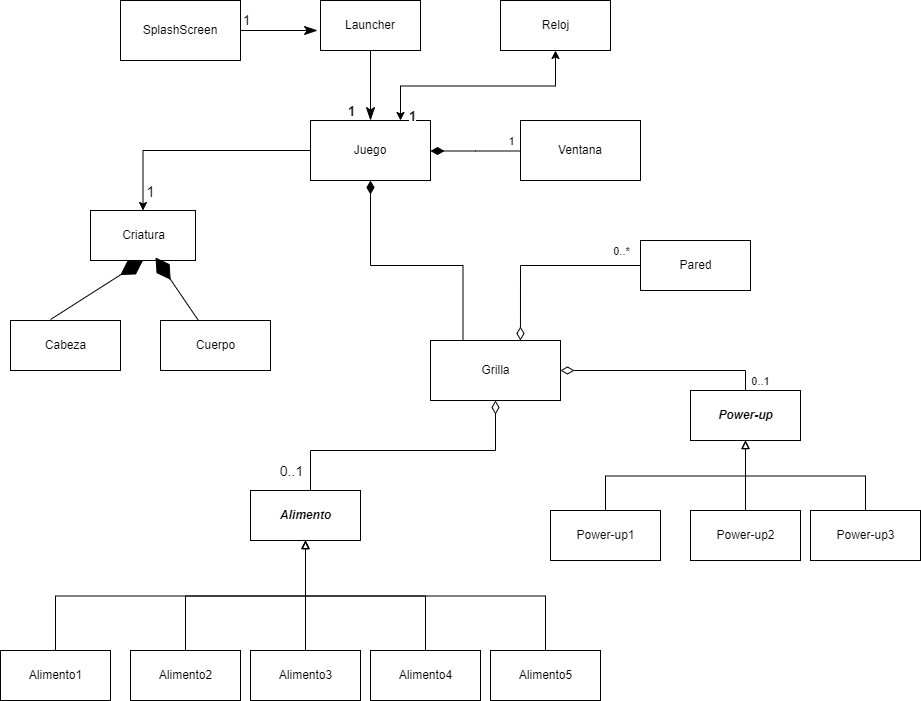
tonyy7/tdp-proyecto-2 keeps this draw.io diagram as Diagrama-de-clases/Diagrama de clases reducido.png. Above is the earlier version. Source tidied: cells renumbered, new cells last; positions are measured from the earlier drawing's top-left corner, leaving out a move shared by most shapes.
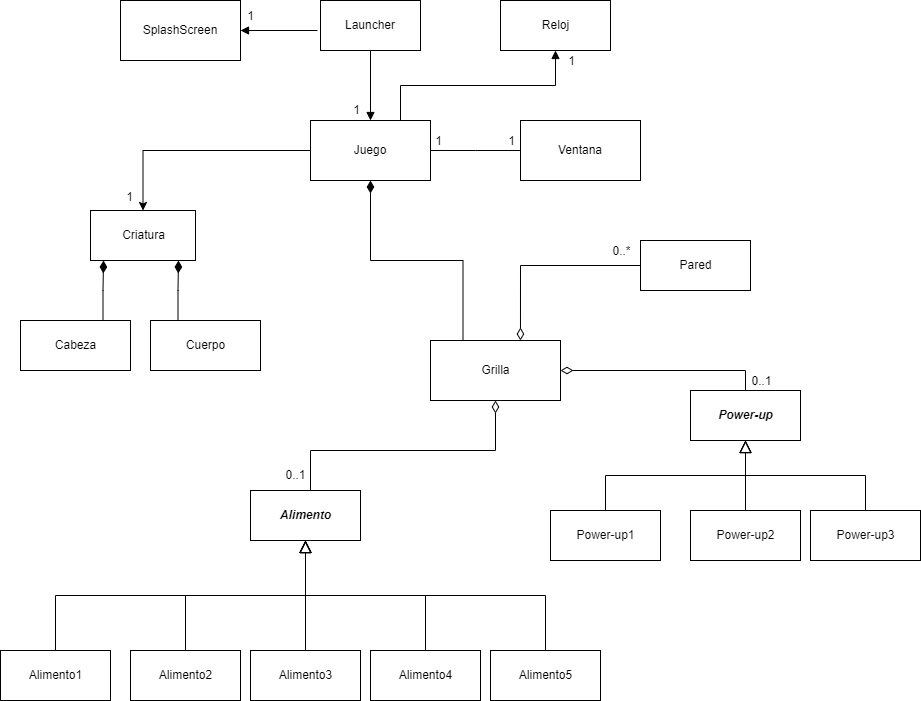
After the change.

Commit message:
UML reducido 2

Diff of the diagram source:
```diff
@@ -5,7 +5,7 @@
     <mxCell id="2" value="Criatura&lt;br&gt;" style="html=1;" parent="1" vertex="1">
       <mxGeometry x="90" y="210" width="105" height="50" as="geometry" />
     </mxCell>
-    <mxCell id="3" style="edgeStyle=orthogonalEdgeStyle;rounded=0;jettySize=auto;html=1;exitX=0.5;exitY=0;exitDx=0;exitDy=0;startArrow=none;startFill=0;endArrow=diamondThin;endFill=0;endSize=11;targetPerimeterSpacing=0;" parent="1" edge="1" source="5" target="32">
+    <mxCell id="3" style="edgeStyle=orthogonalEdgeStyle;rounded=0;jettySize=auto;html=1;exitX=0.5;exitY=0;exitDx=0;exitDy=0;startArrow=none;startFill=0;endArrow=diamondThin;endFill=0;endSize=10;targetPerimeterSpacing=0;" parent="1" edge="1" source="5" target="32">
       <mxGeometry relative="1" as="geometry">
         <Array as="points">
           <mxPoint x="310" y="490" />
@@ -14,90 +14,93 @@
         </Array>
       </mxGeometry>
     </mxCell>
-    <mxCell id="4" value="0..1" style="edgeLabel;html=1;align=center;verticalAlign=middle;fontFamily=Helvetica;fontSize=14;" parent="3" vertex="1">
+    <mxCell id="4" value="0..1" style="edgeLabel;html=1;align=center;verticalAlign=middle;fontFamily=Helvetica;fontSize=12;" parent="3" vertex="1">
       <mxGeometry x="0.16" relative="1" as="geometry">
-        <mxPoint x="-137" y="20" as="offset" />
+        <mxPoint x="-133" y="24" as="offset" />
       </mxGeometry>
     </mxCell>
     <mxCell id="5" value="Alimento" style="html=1;fontStyle=3;" parent="1" vertex="1">
       <mxGeometry x="250" y="490" width="110" height="50" as="geometry" />
     </mxCell>
-    <mxCell id="6" style="edgeStyle=elbowEdgeStyle;rounded=0;jettySize=auto;elbow=vertical;html=1;entryX=1;entryY=0.5;entryDx=0;entryDy=0;fontFamily=Helvetica;endArrow=diamondThin;endFill=0;endSize=11;" parent="1" edge="1" source="8" target="32">
+    <mxCell id="6" style="edgeStyle=elbowEdgeStyle;rounded=0;jettySize=auto;elbow=vertical;html=1;entryX=1;entryY=0.5;entryDx=0;entryDy=0;fontFamily=Helvetica;endArrow=diamondThin;endFill=0;endSize=10;" parent="1" edge="1" source="8" target="32">
       <mxGeometry relative="1" as="geometry">
         <Array as="points">
           <mxPoint x="670" y="370" />
         </Array>
       </mxGeometry>
     </mxCell>
-    <mxCell id="7" value="0..1" style="edgeLabel;html=1;align=center;verticalAlign=middle;fontFamily=Helvetica;" parent="6" vertex="1">
+    <mxCell id="7" value="0..1" style="edgeLabel;html=1;align=center;verticalAlign=middle;fontFamily=Helvetica;fontSize=12;" parent="6" vertex="1">
       <mxGeometry y="-1" relative="1" as="geometry">
         <mxPoint x="97" y="11" as="offset" />
       </mxGeometry>
     </mxCell>
-    <mxCell id="8" value="&lt;b style=&quot;&quot;&gt;Power-up&lt;/b&gt;" style="html=1;fontStyle=2;" parent="1" vertex="1">
+    <mxCell id="8" value="&lt;span style=&quot;&quot;&gt;Power-up&lt;/span&gt;" style="html=1;fontStyle=3;" parent="1" vertex="1">
       <mxGeometry x="690" y="390" width="110" height="50" as="geometry" />
     </mxCell>
+    <mxCell id="26" style="edgeStyle=orthogonalEdgeStyle;rounded=0;jettySize=auto;html=1;exitX=0.75;exitY=0;exitDx=0;exitDy=0;entryX=0.124;entryY=1;entryDx=0;entryDy=0;entryPerimeter=0;fontSize=12;startArrow=none;startFill=0;endArrow=diamondThin;endFill=1;endSize=10;" parent="1" edge="1" source="9" target="2">
+      <mxGeometry relative="1" as="geometry" />
+    </mxCell>
     <mxCell id="9" value="Cabeza" style="html=1;" parent="1" vertex="1">
-      <mxGeometry x="10" y="320" width="110" height="50" as="geometry" />
+      <mxGeometry x="20" y="320" width="110" height="50" as="geometry" />
     </mxCell>
+    <mxCell id="36" style="edgeStyle=orthogonalEdgeStyle;rounded=0;jettySize=auto;html=1;exitX=0.25;exitY=0;exitDx=0;exitDy=0;entryX=0.838;entryY=1;entryDx=0;entryDy=0;entryPerimeter=0;fontSize=12;startArrow=none;startFill=0;endArrow=diamondThin;endFill=1;endSize=10;" parent="1" edge="1" source="10" target="2">
+      <mxGeometry relative="1" as="geometry" />
+    </mxCell>
     <mxCell id="10" value="Cuerpo" style="html=1;" parent="1" vertex="1">
-      <mxGeometry x="160" y="320" width="110" height="50" as="geometry" />
+      <mxGeometry x="150" y="320" width="110" height="50" as="geometry" />
     </mxCell>
-    <mxCell id="11" style="edgeStyle=elbowEdgeStyle;rounded=0;jettySize=auto;elbow=vertical;html=1;entryX=0.5;entryY=1;entryDx=0;entryDy=0;fontFamily=Helvetica;endArrow=block;endFill=0;" parent="1" edge="1" source="12" target="5">
+    <mxCell id="11" style="edgeStyle=elbowEdgeStyle;rounded=0;jettySize=auto;elbow=vertical;html=1;entryX=0.5;entryY=1;entryDx=0;entryDy=0;fontFamily=Helvetica;endArrow=block;endFill=0;endSize=10;" parent="1" edge="1" source="12" target="5">
       <mxGeometry relative="1" as="geometry" />
     </mxCell>
     <mxCell id="12" value="Alimento1" style="html=1;" parent="1" vertex="1">
       <mxGeometry y="650" width="110" height="50" as="geometry" />
     </mxCell>
-    <mxCell id="13" style="edgeStyle=elbowEdgeStyle;rounded=0;jettySize=auto;elbow=vertical;html=1;entryX=0.5;entryY=1;entryDx=0;entryDy=0;fontFamily=Helvetica;endArrow=block;endFill=0;" parent="1" edge="1" source="14" target="5">
+    <mxCell id="13" style="edgeStyle=elbowEdgeStyle;rounded=0;jettySize=auto;elbow=vertical;html=1;entryX=0.5;entryY=1;entryDx=0;entryDy=0;fontFamily=Helvetica;endArrow=block;endFill=0;endSize=10;" parent="1" edge="1" source="14" target="5">
       <mxGeometry relative="1" as="geometry" />
     </mxCell>
     <mxCell id="14" value="Alimento2" style="html=1;" parent="1" vertex="1">
       <mxGeometry x="130" y="650" width="110" height="50" as="geometry" />
     </mxCell>
-    <mxCell id="15" style="edgeStyle=elbowEdgeStyle;rounded=0;jettySize=auto;elbow=vertical;html=1;entryX=0.5;entryY=1;entryDx=0;entryDy=0;fontFamily=Helvetica;endArrow=block;endFill=0;" parent="1" edge="1" source="16" target="5">
+    <mxCell id="15" style="edgeStyle=elbowEdgeStyle;rounded=0;jettySize=auto;elbow=vertical;html=1;entryX=0.5;entryY=1;entryDx=0;entryDy=0;fontFamily=Helvetica;endArrow=block;endFill=0;endSize=10;" parent="1" edge="1" source="16" target="5">
       <mxGeometry relative="1" as="geometry" />
     </mxCell>
     <mxCell id="16" value="Alimento3" style="html=1;" parent="1" vertex="1">
       <mxGeometry x="250" y="650" width="110" height="50" as="geometry" />
     </mxCell>
-    <mxCell id="17" style="edgeStyle=elbowEdgeStyle;rounded=0;jettySize=auto;elbow=vertical;html=1;entryX=0.5;entryY=1;entryDx=0;entryDy=0;fontFamily=Helvetica;endArrow=block;endFill=0;" parent="1" edge="1" source="18" target="5">
+    <mxCell id="17" style="edgeStyle=elbowEdgeStyle;rounded=0;jettySize=auto;elbow=vertical;html=1;entryX=0.5;entryY=1;entryDx=0;entryDy=0;fontFamily=Helvetica;endArrow=block;endFill=0;endSize=10;" parent="1" edge="1" source="18" target="5">
       <mxGeometry relative="1" as="geometry" />
     </mxCell>
     <mxCell id="18" value="Alimento4" style="html=1;" parent="1" vertex="1">
       <mxGeometry x="370" y="650" width="110" height="50" as="geometry" />
     </mxCell>
-    <mxCell id="19" style="edgeStyle=elbowEdgeStyle;rounded=0;jettySize=auto;elbow=vertical;html=1;entryX=0.5;entryY=1;entryDx=0;entryDy=0;fontFamily=Helvetica;endArrow=block;endFill=0;" parent="1" edge="1" source="20" target="5">
+    <mxCell id="19" style="edgeStyle=elbowEdgeStyle;rounded=0;jettySize=auto;elbow=vertical;html=1;entryX=0.5;entryY=1;entryDx=0;entryDy=0;fontFamily=Helvetica;endArrow=block;endFill=0;endSize=10;" parent="1" edge="1" source="20" target="5">
       <mxGeometry relative="1" as="geometry" />
     </mxCell>
     <mxCell id="20" value="Alimento5" style="html=1;" parent="1" vertex="1">
       <mxGeometry x="490" y="650" width="110" height="50" as="geometry" />
     </mxCell>
-    <mxCell id="21" style="edgeStyle=elbowEdgeStyle;rounded=0;jettySize=auto;elbow=vertical;html=1;entryX=0.5;entryY=1;entryDx=0;entryDy=0;fontFamily=Helvetica;endArrow=block;endFill=0;" parent="1" edge="1" source="22" target="8">
+    <mxCell id="21" style="edgeStyle=elbowEdgeStyle;rounded=0;jettySize=auto;elbow=vertical;html=1;entryX=0.5;entryY=1;entryDx=0;entryDy=0;fontFamily=Helvetica;endArrow=block;endFill=0;endSize=10;" parent="1" edge="1" source="22" target="8">
       <mxGeometry relative="1" as="geometry" />
     </mxCell>
     <mxCell id="22" value="Power-up1" style="html=1;" parent="1" vertex="1">
       <mxGeometry x="550" y="510" width="110" height="50" as="geometry" />
     </mxCell>
-    <mxCell id="23" style="edgeStyle=elbowEdgeStyle;rounded=0;jettySize=auto;elbow=vertical;html=1;entryX=0.5;entryY=1;entryDx=0;entryDy=0;fontFamily=Helvetica;endArrow=block;endFill=0;" parent="1" edge="1" source="24" target="8">
+    <mxCell id="23" style="edgeStyle=elbowEdgeStyle;rounded=0;jettySize=auto;elbow=vertical;html=1;entryX=0.5;entryY=1;entryDx=0;entryDy=0;fontFamily=Helvetica;endArrow=block;endFill=0;endSize=10;" parent="1" edge="1" source="24" target="8">
       <mxGeometry relative="1" as="geometry" />
     </mxCell>
     <mxCell id="24" value="Power-up2" style="html=1;" parent="1" vertex="1">
       <mxGeometry x="690" y="510" width="110" height="50" as="geometry" />
     </mxCell>
-    <mxCell id="25" style="edgeStyle=elbowEdgeStyle;rounded=0;jettySize=auto;elbow=vertical;html=1;entryX=0.5;entryY=1;entryDx=0;entryDy=0;fontFamily=Helvetica;endArrow=block;endFill=0;" parent="1" edge="1" source="27" target="8">
+    <mxCell id="25" style="edgeStyle=elbowEdgeStyle;rounded=0;jettySize=auto;elbow=vertical;html=1;entryX=0.5;entryY=1;entryDx=0;entryDy=0;fontFamily=Helvetica;endArrow=block;endFill=0;endSize=10;" parent="1" edge="1" source="27" target="8">
       <mxGeometry relative="1" as="geometry" />
     </mxCell>
-    <mxCell id="26" style="endArrow=diamondThin;endFill=1;endSize=24;html=1;rounded=0;entryX=0.5;entryY=1;entryDx=0;entryDy=0;exitX=0.364;exitY=-0.02;exitDx=0;exitDy=0;exitPerimeter=0;" parent="1" edge="1" source="9" target="2">
-      <mxGeometry relative="1" as="geometry" />
-    </mxCell>
     <mxCell id="27" value="Power-up3" style="html=1;" parent="1" vertex="1">
       <mxGeometry x="810" y="510" width="110" height="50" as="geometry" />
     </mxCell>
-    <mxCell id="28" style="edgeStyle=orthogonalEdgeStyle;rounded=0;jettySize=auto;html=1;entryX=0.692;entryY=0;entryDx=0;entryDy=0;entryPerimeter=0;endArrow=diamondThin;endFill=0;endSize=11;" parent="1" edge="1" source="30" target="32">
+    <mxCell id="28" style="edgeStyle=orthogonalEdgeStyle;rounded=0;jettySize=auto;html=1;entryX=0.692;entryY=0;entryDx=0;entryDy=0;entryPerimeter=0;endArrow=diamondThin;endFill=0;endSize=10;" parent="1" edge="1" source="30" target="32">
       <mxGeometry relative="1" as="geometry" />
     </mxCell>
-    <mxCell id="29" value="0..*" style="edgeLabel;html=1;align=center;verticalAlign=middle;fontFamily=Helvetica;" parent="28" vertex="1">
+    <mxCell id="29" value="0..*" style="edgeLabel;html=1;align=center;verticalAlign=middle;fontFamily=Helvetica;fontSize=12;" parent="28" vertex="1">
       <mxGeometry x="-0.66" y="2" relative="1" as="geometry">
         <mxPoint x="13" y="-17" as="offset" />
       </mxGeometry>
@@ -105,16 +108,16 @@
     <mxCell id="30" value="Pared" style="html=1;" parent="1" vertex="1">
       <mxGeometry x="640" y="240" width="110" height="50" as="geometry" />
     </mxCell>
-    <mxCell id="31" style="edgeStyle=orthogonalEdgeStyle;rounded=0;jettySize=auto;html=1;exitX=0.25;exitY=0;exitDx=0;exitDy=0;endArrow=diamondThin;endFill=1;targetPerimeterSpacing=0;startArrow=none;startFill=0;endSize=11;" parent="1" edge="1" source="32" target="39">
+    <mxCell id="31" style="edgeStyle=orthogonalEdgeStyle;rounded=0;jettySize=auto;html=1;exitX=0.25;exitY=0;exitDx=0;exitDy=0;endArrow=diamondThin;endFill=1;targetPerimeterSpacing=0;startArrow=none;startFill=0;endSize=10;" parent="1" edge="1" source="32" target="39">
       <mxGeometry relative="1" as="geometry" />
     </mxCell>
     <mxCell id="32" value="Grilla" style="html=1;" parent="1" vertex="1">
       <mxGeometry x="430" y="340" width="130" height="60" as="geometry" />
     </mxCell>
-    <mxCell id="33" style="edgeStyle=elbowEdgeStyle;rounded=0;jettySize=auto;elbow=vertical;html=1;fontFamily=Helvetica;endArrow=diamondThin;endFill=1;endSize=11;" parent="1" edge="1" source="35" target="39">
+    <mxCell id="33" style="edgeStyle=elbowEdgeStyle;rounded=0;jettySize=auto;elbow=vertical;html=1;fontFamily=Helvetica;endArrow=none;endFill=0;endSize=11;" parent="1" edge="1" source="35" target="39">
       <mxGeometry relative="1" as="geometry" />
     </mxCell>
-    <mxCell id="34" value="1" style="edgeLabel;html=1;align=center;verticalAlign=middle;fontFamily=Helvetica;" parent="33" vertex="1">
+    <mxCell id="34" value="1" style="edgeLabel;html=1;align=center;verticalAlign=middle;fontFamily=Helvetica;fontSize=12;" parent="33" vertex="1">
       <mxGeometry x="-0.22" y="-2" relative="1" as="geometry">
         <mxPoint x="25" y="-8" as="offset" />
       </mxGeometry>
@@ -122,36 +125,33 @@
     <mxCell id="35" value="Ventana" style="rounded=0;whiteSpace=wrap;html=1;" parent="1" vertex="1">
       <mxGeometry x="520" y="120" width="120" height="60" as="geometry" />
     </mxCell>
-    <mxCell id="36" style="endArrow=diamondThin;endFill=1;endSize=24;html=1;rounded=0;entryX=0.619;entryY=0.94;entryDx=0;entryDy=0;entryPerimeter=0;" parent="1" edge="1" source="10" target="2">
-      <mxGeometry relative="1" as="geometry" />
-    </mxCell>
     <mxCell id="37" style="edgeStyle=orthogonalEdgeStyle;rounded=0;jettySize=auto;html=1;" parent="1" edge="1" source="39" target="2">
       <mxGeometry relative="1" as="geometry" />
     </mxCell>
-    <mxCell id="38" value="1&lt;br style=&quot;font-size: 15px;&quot;&gt;" style="edgeLabel;html=1;align=center;verticalAlign=middle;fontSize=15;" parent="37" vertex="1">
+    <mxCell id="38" value="1&lt;br style=&quot;font-size: 12px;&quot;&gt;" style="edgeLabel;html=1;align=center;verticalAlign=middle;fontSize=12;" parent="37" vertex="1">
       <mxGeometry x="-0.55" relative="1" as="geometry">
-        <mxPoint x="-109" y="40" as="offset" />
+        <mxPoint x="-131" y="46" as="offset" />
       </mxGeometry>
     </mxCell>
     <mxCell id="39" value="Juego" style="rounded=0;whiteSpace=wrap;html=1;" parent="1" vertex="1">
       <mxGeometry x="310" y="120" width="120" height="60" as="geometry" />
     </mxCell>
-    <mxCell id="40" style="edgeStyle=orthogonalEdgeStyle;rounded=0;jettySize=auto;html=1;exitX=1;exitY=0.5;exitDx=0;exitDy=0;fontSize=13;startArrow=none;startFill=0;endArrow=classicThin;endFill=1;endSize=11;targetPerimeterSpacing=0;entryX=-0.03;entryY=0.6;entryDx=0;entryDy=0;entryPerimeter=0;" parent="1" edge="1" source="41" target="44">
+    <mxCell id="40" style="edgeStyle=orthogonalEdgeStyle;rounded=0;jettySize=auto;html=1;exitX=1;exitY=0.5;exitDx=0;exitDy=0;fontSize=13;startArrow=block;startFill=1;endArrow=none;endFill=0;endSize=6;targetPerimeterSpacing=0;entryX=-0.03;entryY=0.6;entryDx=0;entryDy=0;entryPerimeter=0;" parent="1" edge="1" source="41" target="44">
       <mxGeometry relative="1" as="geometry" />
     </mxCell>
     <mxCell id="41" value="SplashScreen" style="rounded=0;whiteSpace=wrap;html=1;" parent="1" vertex="1">
       <mxGeometry x="120" width="120" height="60" as="geometry" />
     </mxCell>
-    <mxCell id="42" style="edgeStyle=orthogonalEdgeStyle;rounded=0;jettySize=auto;html=1;exitX=0.5;exitY=1;exitDx=0;exitDy=0;entryX=0.5;entryY=0;entryDx=0;entryDy=0;startArrow=none;startFill=0;endArrow=classicThin;endFill=1;endSize=11;targetPerimeterSpacing=0;" parent="1" edge="1" source="44" target="39">
+    <mxCell id="42" style="edgeStyle=orthogonalEdgeStyle;rounded=0;jettySize=auto;html=1;exitX=0.5;exitY=1;exitDx=0;exitDy=0;entryX=0.5;entryY=0;entryDx=0;entryDy=0;startArrow=none;startFill=0;endArrow=block;endFill=1;endSize=6;targetPerimeterSpacing=0;" parent="1" edge="1" source="44" target="39">
       <mxGeometry relative="1" as="geometry">
         <Array as="points">
           <mxPoint x="370" y="50" />
         </Array>
       </mxGeometry>
     </mxCell>
-    <mxCell id="43" value="1" style="edgeLabel;html=1;align=center;verticalAlign=middle;fontSize=13;fontStyle=1;" parent="42" vertex="1">
+    <mxCell id="43" value="1" style="edgeLabel;html=1;align=center;verticalAlign=middle;fontSize=12;fontStyle=0;" parent="42" vertex="1">
       <mxGeometry x="0.07" y="-1" relative="1" as="geometry">
-        <mxPoint x="-19" y="23" as="offset" />
+        <mxPoint x="-14" y="21" as="offset" />
       </mxGeometry>
     </mxCell>
     <mxCell id="44" value="Launcher" style="rounded=0;whiteSpace=wrap;html=1;" parent="1" vertex="1">
@@ -160,16 +160,19 @@
     <mxCell id="45" value="Reloj" style="html=1;fontFamily=Helvetica;" parent="1" vertex="1">
       <mxGeometry x="500" width="110" height="50" as="geometry" />
     </mxCell>
-    <mxCell id="46" style="edgeStyle=elbowEdgeStyle;rounded=0;jettySize=auto;elbow=vertical;html=1;entryX=0.75;entryY=0;entryDx=0;entryDy=0;fontFamily=Helvetica;endArrow=classic;endFill=1;startArrow=classic;startFill=1;strokeColor=default;" parent="1" edge="1" source="45" target="39">
+    <mxCell id="46" style="edgeStyle=elbowEdgeStyle;rounded=0;jettySize=auto;elbow=vertical;html=1;entryX=0.75;entryY=0;entryDx=0;entryDy=0;fontFamily=Helvetica;endArrow=none;endFill=0;startArrow=block;startFill=1;strokeColor=default;" parent="1" edge="1" source="45" target="39">
       <mxGeometry relative="1" as="geometry" />
     </mxCell>
-    <mxCell id="47" value="1" style="edgeLabel;html=1;align=center;verticalAlign=middle;fontSize=13;fontStyle=1;" parent="46" vertex="1">
+    <mxCell id="47" value="1" style="edgeLabel;html=1;align=center;verticalAlign=middle;fontSize=12;fontStyle=0;" parent="46" vertex="1">
       <mxGeometry x="0.26" y="3" relative="1" as="geometry">
-        <mxPoint x="-38" y="27" as="offset" />
+        <mxPoint x="122" y="-28" as="offset" />
       </mxGeometry>
     </mxCell>
-    <mxCell id="48" value="1" style="text;html=1;align=center;verticalAlign=middle;strokeColor=none;fillColor=none;fontSize=13;" parent="1" vertex="1">
-      <mxGeometry x="231" y="5" width="30" height="30" as="geometry" />
+    <mxCell id="48" value="1" style="text;html=1;align=center;verticalAlign=middle;strokeColor=none;fillColor=none;fontSize=12;" parent="1" vertex="1">
+      <mxGeometry x="235" y="1" width="30" height="30" as="geometry" />
     </mxCell>
+    <mxCell id="49" value="1" style="text;html=1;align=center;verticalAlign=middle;strokeColor=none;fillColor=none;" parent="1" vertex="1">
+      <mxGeometry x="423" y="126" width="30" height="30" as="geometry" />
+    </mxCell>
   </root>
 </mxGraphModel>
```
